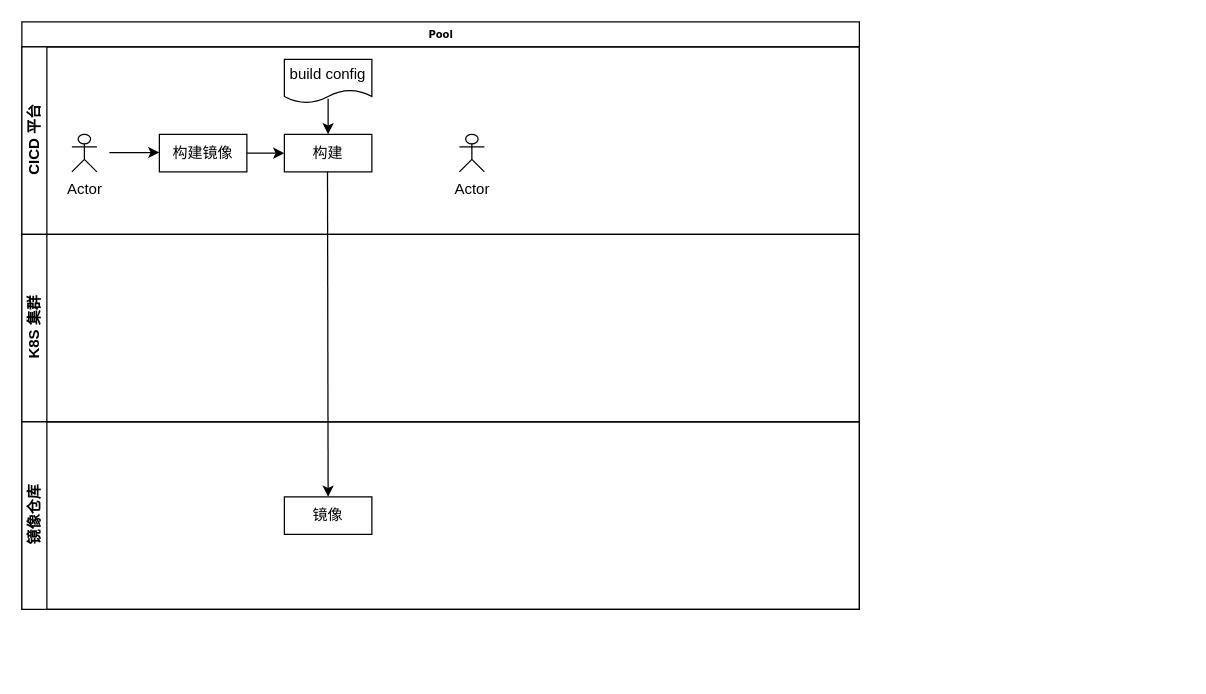
Before: CICD平台 Java.drawio in zzzskd/pictureandor, a draw.io diagram. Source tidied: cells renumbered, new cells numbered last; positions are measured from the earlier drawing's top-left corner, leaving out a move shared by most shapes. Both pictures are drawn from the tidied source at 125%, with x=0, y=0 at pixel (21, 21).
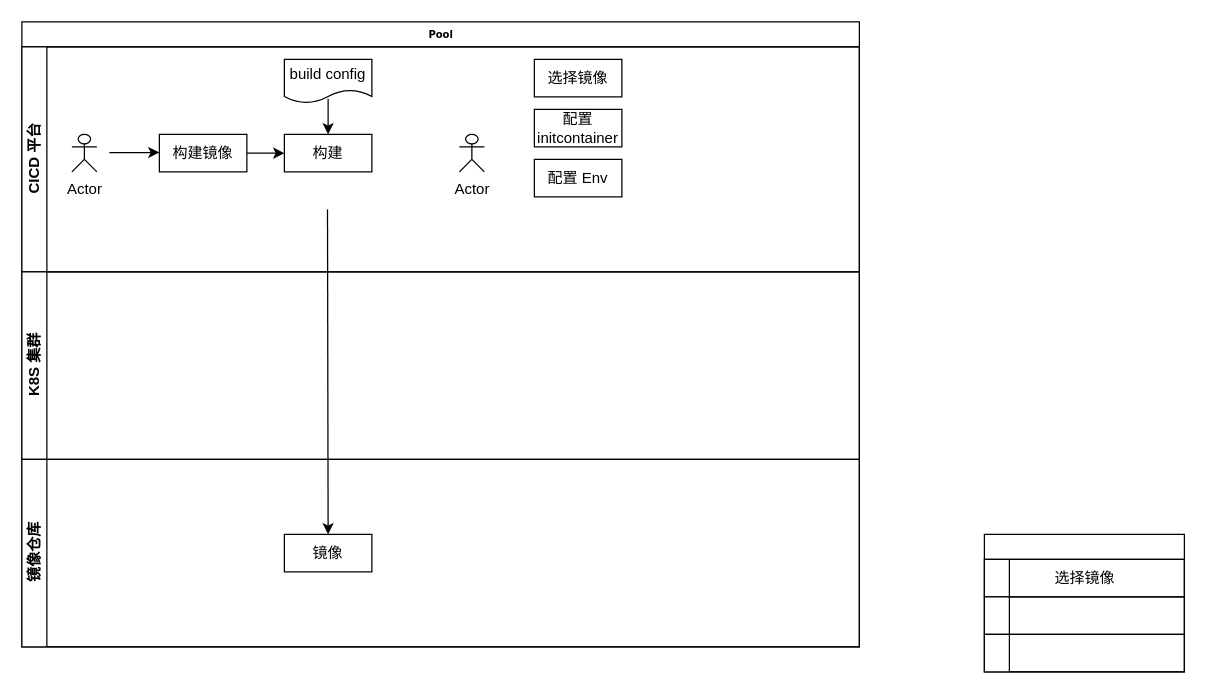
Above is the later version.

What changed in the source:
```diff
@@
     <mxCell id="2" value="Pool" style="swimlane;html=1;horizontal=1;startSize=20;rounded=0;shadow=0;labelBackgroundColor=none;strokeWidth=1;fontFamily=Verdana;fontSize=8;align=center;" parent="1" vertex="1">
-      <mxGeometry width="670" height="470" as="geometry" />
+      <mxGeometry width="670" height="500" as="geometry" />
     </mxCell>
     <mxCell id="3" value="CICD 平台" style="swimlane;html=1;startSize=20;horizontal=0;" parent="2" vertex="1">
-      <mxGeometry y="20" width="670" height="150" as="geometry" />
+      <mxGeometry y="20" width="670" height="180" as="geometry" />
     </mxCell>
@@
+    <mxCell id="16" value="选择镜像" style="rounded=0;whiteSpace=wrap;html=1;" parent="3" vertex="1">
+      <mxGeometry x="410" y="10" width="70" height="30" as="geometry" />
+    </mxCell>
+    <mxCell id="17" value="配置initcontainer" style="rounded=0;whiteSpace=wrap;html=1;" parent="3" vertex="1">
+      <mxGeometry x="410" y="50" width="70" height="30" as="geometry" />
+    </mxCell>
+    <mxCell id="18" value="配置 Env" style="rounded=0;whiteSpace=wrap;html=1;" parent="3" vertex="1">
+      <mxGeometry x="410" y="90" width="70" height="30" as="geometry" />
+    </mxCell>
     <mxCell id="12" value="K8S 集群" style="swimlane;html=1;startSize=20;horizontal=0;" parent="2" vertex="1">
-      <mxGeometry y="170" width="670" height="150" as="geometry" />
+      <mxGeometry y="200" width="670" height="150" as="geometry" />
     </mxCell>
@@
     <mxCell id="14" value="镜像仓库" style="swimlane;html=1;startSize=20;horizontal=0;" parent="2" vertex="1">
-      <mxGeometry y="320" width="670" height="150" as="geometry" />
+      <mxGeometry y="350" width="670" height="150" as="geometry" />
     </mxCell>
@@
+    <mxCell id="19" style="swimlane;horizontal=1;startSize=20;html=1;" parent="1" vertex="1">
+      <mxGeometry x="770" y="410" width="160" height="110" as="geometry" />
+    </mxCell>
+    <mxCell id="20" style="swimlane;startSize=20;horizontal=0;html=1;" parent="19" vertex="1">
+      <mxGeometry y="20" width="160" height="30" as="geometry" />
+    </mxCell>
+    <mxCell id="21" value="选择镜像" style="text;html=1;align=center;verticalAlign=middle;strokeColor=none;fillColor=none;" parent="20" vertex="1">
+      <mxGeometry x="45" width="70" height="30" as="geometry" />
+    </mxCell>
+    <mxCell id="22" style="swimlane;startSize=20;horizontal=0;html=1;" parent="19" vertex="1">
+      <mxGeometry y="50" width="160" height="30" as="geometry" />
+    </mxCell>
+    <mxCell id="23" style="swimlane;startSize=20;horizontal=0;html=1;" parent="19" vertex="1">
+      <mxGeometry y="80" width="160" height="30" as="geometry" />
+    </mxCell>
```
